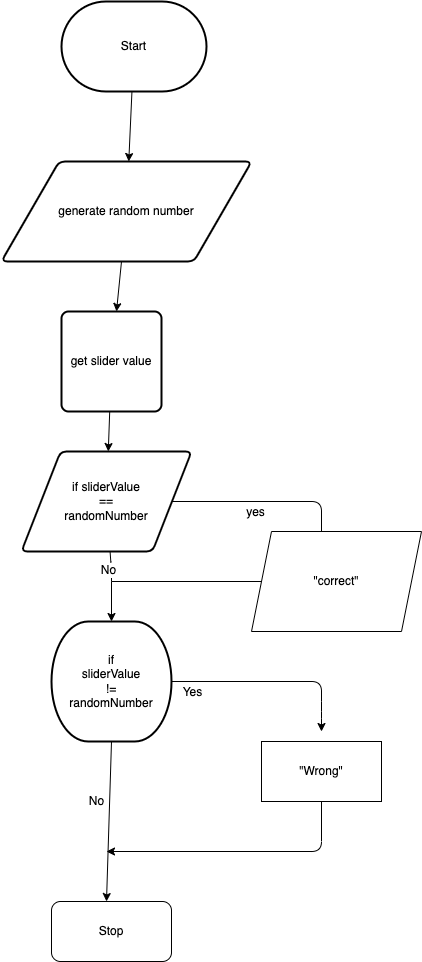
Before: design/flow-chart.png, a diagram exported from draw.io (Allen-Li-hub/ICS2O-Unit-5-02-HTML). Source tidied: cells renumbered, new cells last; positions are measured from the earlier drawing's top-left corner, leaving out a move shared by most shapes. The source it was exported from:
```xml
<mxGraphModel>
  <root>
    <mxCell id="0" />
    <mxCell id="1" parent="0" />
    <mxCell id="2" style="edgeStyle=none;html=1;" parent="1" edge="1" source="3" target="5">
      <mxGeometry relative="1" as="geometry" />
    </mxCell>
    <mxCell id="3" value="Start" style="strokeWidth=2;html=1;shape=mxgraph.flowchart.terminator;whiteSpace=wrap;" parent="1" vertex="1">
      <mxGeometry x="60" width="145" height="90" as="geometry" />
    </mxCell>
    <mxCell id="4" style="edgeStyle=none;html=1;" parent="1" edge="1" source="5" target="7">
      <mxGeometry relative="1" as="geometry" />
    </mxCell>
    <mxCell id="5" value="generate random number" style="shape=parallelogram;html=1;strokeWidth=2;perimeter=parallelogramPerimeter;whiteSpace=wrap;rounded=1;arcSize=12;size=0.23;" parent="1" vertex="1">
      <mxGeometry y="160" width="250" height="100" as="geometry" />
    </mxCell>
    <mxCell id="6" style="edgeStyle=none;html=1;" parent="1" edge="1" source="7" target="12">
      <mxGeometry relative="1" as="geometry" />
    </mxCell>
    <mxCell id="7" value="get slider value" style="rounded=1;whiteSpace=wrap;html=1;absoluteArcSize=1;arcSize=14;strokeWidth=2;" parent="1" vertex="1">
      <mxGeometry x="60" y="310" width="100" height="100" as="geometry" />
    </mxCell>
    <mxCell id="8" style="edgeStyle=none;html=1;" parent="1" edge="1" source="12" target="17">
      <mxGeometry relative="1" as="geometry">
        <Array as="points">
          <mxPoint x="110" y="570" />
        </Array>
      </mxGeometry>
    </mxCell>
    <mxCell id="9" value="No" style="edgeLabel;html=1;align=center;verticalAlign=middle;" parent="8" vertex="1">
      <mxGeometry x="-0.49" y="-3" relative="1" as="geometry" />
    </mxCell>
    <mxCell id="10" style="edgeStyle=none;html=1;" parent="1" edge="1" source="12">
      <mxGeometry relative="1" as="geometry">
        <mxPoint x="320" y="550" as="targetPoint" />
        <Array as="points">
          <mxPoint x="320" y="500" />
        </Array>
      </mxGeometry>
    </mxCell>
    <mxCell id="11" value="yes" style="edgeLabel;html=1;align=center;verticalAlign=middle;" parent="10" vertex="1">
      <mxGeometry x="0.46" relative="1" as="geometry">
        <mxPoint x="-63" y="10" as="offset" />
      </mxGeometry>
    </mxCell>
    <mxCell id="12" value="if sliderValue&lt;br&gt;==&lt;br&gt;randomNumber" style="shape=parallelogram;html=1;strokeWidth=2;perimeter=parallelogramPerimeter;whiteSpace=wrap;rounded=1;arcSize=12;size=0.23;" parent="1" vertex="1">
      <mxGeometry x="20" y="450" width="170" height="100" as="geometry" />
    </mxCell>
    <mxCell id="13" style="edgeStyle=none;html=1;exitX=1;exitY=0.5;exitDx=0;exitDy=0;exitPerimeter=0;" parent="1" edge="1" source="17">
      <mxGeometry relative="1" as="geometry">
        <mxPoint x="320" y="730" as="targetPoint" />
        <Array as="points">
          <mxPoint x="320" y="680" />
          <mxPoint x="320" y="710" />
        </Array>
      </mxGeometry>
    </mxCell>
    <mxCell id="14" value="Yes" style="edgeLabel;html=1;align=center;verticalAlign=middle;" parent="13" vertex="1">
      <mxGeometry x="-0.43" y="-1" relative="1" as="geometry">
        <mxPoint x="-37" y="9" as="offset" />
      </mxGeometry>
    </mxCell>
    <mxCell id="15" style="edgeStyle=none;html=1;exitX=0.5;exitY=1;exitDx=0;exitDy=0;exitPerimeter=0;" parent="1" edge="1" source="17">
      <mxGeometry relative="1" as="geometry">
        <mxPoint x="105" y="900" as="targetPoint" />
      </mxGeometry>
    </mxCell>
    <mxCell id="16" value="No" style="edgeLabel;html=1;align=center;verticalAlign=middle;" parent="15" vertex="1">
      <mxGeometry x="-0.43" relative="1" as="geometry">
        <mxPoint x="-14" y="14" as="offset" />
      </mxGeometry>
    </mxCell>
    <mxCell id="17" value="if&lt;br&gt;sliderValue&lt;br&gt;!=&lt;br&gt;randomNumber" style="strokeWidth=2;html=1;shape=mxgraph.flowchart.terminator;whiteSpace=wrap;" parent="1" vertex="1">
      <mxGeometry x="50" y="620" width="120" height="120" as="geometry" />
    </mxCell>
    <mxCell id="18" value="&quot;correct&quot;" style="shape=parallelogram;perimeter=parallelogramPerimeter;whiteSpace=wrap;html=1;fixedSize=1;" parent="1" vertex="1">
      <mxGeometry x="250" y="530" width="170" height="100" as="geometry" />
    </mxCell>
    <mxCell id="19" style="endArrow=none;html=1;entryX=0;entryY=0.5;entryDx=0;entryDy=0;" parent="1" edge="1" target="18">
      <mxGeometry relative="1" as="geometry">
        <mxPoint x="110" y="580" as="sourcePoint" />
      </mxGeometry>
    </mxCell>
    <mxCell id="20" style="edgeStyle=none;html=1;exitX=0.5;exitY=1;exitDx=0;exitDy=0;" parent="1" edge="1" source="21">
      <mxGeometry relative="1" as="geometry">
        <mxPoint x="105" y="850" as="targetPoint" />
        <Array as="points">
          <mxPoint x="320" y="850" />
        </Array>
      </mxGeometry>
    </mxCell>
    <mxCell id="21" value="&quot;Wrong&quot;" style="rounded=0;whiteSpace=wrap;html=1;" parent="1" vertex="1">
      <mxGeometry x="260" y="740" width="120" height="60" as="geometry" />
    </mxCell>
    <mxCell id="22" value="Stop" style="rounded=1;whiteSpace=wrap;html=1;" parent="1" vertex="1">
      <mxGeometry x="50" y="900" width="120" height="60" as="geometry" />
    </mxCell>
  </root>
</mxGraphModel>
```
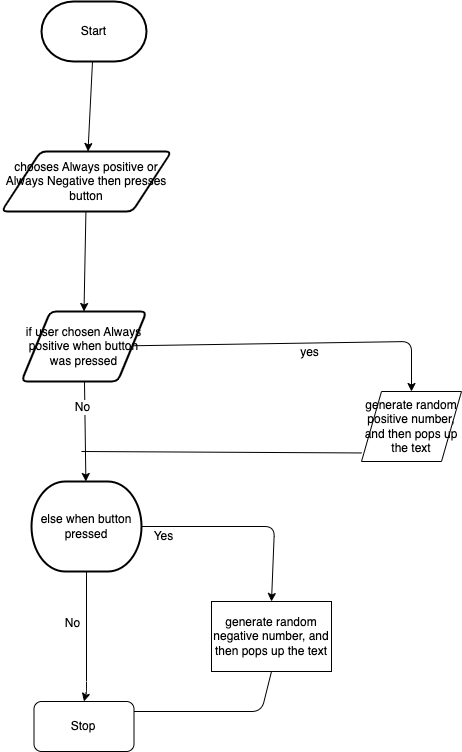
The same file after the commit.

The edit, as a diff of the source:
```diff
@@ -6,35 +6,24 @@
       <mxGeometry relative="1" as="geometry" />
     </mxCell>
     <mxCell id="3" value="Start" style="strokeWidth=2;html=1;shape=mxgraph.flowchart.terminator;whiteSpace=wrap;" parent="1" vertex="1">
-      <mxGeometry x="60" width="145" height="90" as="geometry" />
+      <mxGeometry x="15" width="105" height="60" as="geometry" />
     </mxCell>
-    <mxCell id="4" style="edgeStyle=none;html=1;" parent="1" edge="1" source="5" target="7">
+    <mxCell id="4" style="edgeStyle=none;html=1;entryX=0.5;entryY=0;entryDx=0;entryDy=0;" parent="1" edge="1" source="5" target="12">
       <mxGeometry relative="1" as="geometry" />
     </mxCell>
-    <mxCell id="5" value="generate random number" style="shape=parallelogram;html=1;strokeWidth=2;perimeter=parallelogramPerimeter;whiteSpace=wrap;rounded=1;arcSize=12;size=0.23;" parent="1" vertex="1">
-      <mxGeometry y="160" width="250" height="100" as="geometry" />
+    <mxCell id="5" value="chooses Always positive or Always Negative then presses button" style="shape=parallelogram;html=1;strokeWidth=2;perimeter=parallelogramPerimeter;whiteSpace=wrap;rounded=1;arcSize=12;size=0.23;" parent="1" vertex="1">
+      <mxGeometry x="-25" y="150" width="170" height="60" as="geometry" />
     </mxCell>
-    <mxCell id="6" style="edgeStyle=none;html=1;" parent="1" edge="1" source="7" target="12">
-      <mxGeometry relative="1" as="geometry" />
-    </mxCell>
-    <mxCell id="7" value="get slider value" style="rounded=1;whiteSpace=wrap;html=1;absoluteArcSize=1;arcSize=14;strokeWidth=2;" parent="1" vertex="1">
-      <mxGeometry x="60" y="310" width="100" height="100" as="geometry" />
-    </mxCell>
     <mxCell id="8" style="edgeStyle=none;html=1;" parent="1" edge="1" source="12" target="17">
-      <mxGeometry relative="1" as="geometry">
-        <Array as="points">
-          <mxPoint x="110" y="570" />
-        </Array>
-      </mxGeometry>
+      <mxGeometry relative="1" as="geometry" />
     </mxCell>
     <mxCell id="9" value="No" style="edgeLabel;html=1;align=center;verticalAlign=middle;" parent="8" vertex="1">
       <mxGeometry x="-0.49" y="-3" relative="1" as="geometry" />
     </mxCell>
-    <mxCell id="10" style="edgeStyle=none;html=1;" parent="1" edge="1" source="12">
+    <mxCell id="10" style="edgeStyle=none;html=1;entryX=0.5;entryY=0;entryDx=0;entryDy=0;" parent="1" edge="1" source="12" target="18">
       <mxGeometry relative="1" as="geometry">
-        <mxPoint x="320" y="550" as="targetPoint" />
         <Array as="points">
-          <mxPoint x="320" y="500" />
+          <mxPoint x="385" y="340" />
         </Array>
       </mxGeometry>
     </mxCell>
@@ -43,15 +32,13 @@
         <mxPoint x="-63" y="10" as="offset" />
       </mxGeometry>
     </mxCell>
-    <mxCell id="12" value="if sliderValue&lt;br&gt;==&lt;br&gt;randomNumber" style="shape=parallelogram;html=1;strokeWidth=2;perimeter=parallelogramPerimeter;whiteSpace=wrap;rounded=1;arcSize=12;size=0.23;" parent="1" vertex="1">
-      <mxGeometry x="20" y="450" width="170" height="100" as="geometry" />
+    <mxCell id="12" value="if user chosen Always positive when button was pressed" style="shape=parallelogram;html=1;strokeWidth=2;perimeter=parallelogramPerimeter;whiteSpace=wrap;rounded=1;arcSize=12;size=0.23;" parent="1" vertex="1">
+      <mxGeometry x="-5" y="310" width="125" height="70" as="geometry" />
     </mxCell>
-    <mxCell id="13" style="edgeStyle=none;html=1;exitX=1;exitY=0.5;exitDx=0;exitDy=0;exitPerimeter=0;" parent="1" edge="1" source="17">
+    <mxCell id="13" style="edgeStyle=none;html=1;exitX=1;exitY=0.5;exitDx=0;exitDy=0;exitPerimeter=0;entryX=0.5;entryY=0;entryDx=0;entryDy=0;" parent="1" edge="1" source="17" target="21">
       <mxGeometry relative="1" as="geometry">
-        <mxPoint x="320" y="730" as="targetPoint" />
         <Array as="points">
-          <mxPoint x="320" y="680" />
-          <mxPoint x="320" y="710" />
+          <mxPoint x="248" y="525" />
         </Array>
       </mxGeometry>
     </mxCell>
@@ -60,9 +47,11 @@
         <mxPoint x="-37" y="9" as="offset" />
       </mxGeometry>
     </mxCell>
-    <mxCell id="15" style="edgeStyle=none;html=1;exitX=0.5;exitY=1;exitDx=0;exitDy=0;exitPerimeter=0;" parent="1" edge="1" source="17">
+    <mxCell id="15" style="edgeStyle=none;html=1;exitX=0.5;exitY=1;exitDx=0;exitDy=0;exitPerimeter=0;entryX=0.5;entryY=0;entryDx=0;entryDy=0;" parent="1" edge="1" source="17" target="22">
       <mxGeometry relative="1" as="geometry">
-        <mxPoint x="105" y="900" as="targetPoint" />
+        <Array as="points">
+          <mxPoint x="60" y="690" />
+        </Array>
       </mxGeometry>
     </mxCell>
     <mxCell id="16" value="No" style="edgeLabel;html=1;align=center;verticalAlign=middle;" parent="15" vertex="1">
@@ -70,30 +59,30 @@
         <mxPoint x="-14" y="14" as="offset" />
       </mxGeometry>
     </mxCell>
-    <mxCell id="17" value="if&lt;br&gt;sliderValue&lt;br&gt;!=&lt;br&gt;randomNumber" style="strokeWidth=2;html=1;shape=mxgraph.flowchart.terminator;whiteSpace=wrap;" parent="1" vertex="1">
-      <mxGeometry x="50" y="620" width="120" height="120" as="geometry" />
+    <mxCell id="17" value="else when button pressed" style="strokeWidth=2;html=1;shape=mxgraph.flowchart.terminator;whiteSpace=wrap;" parent="1" vertex="1">
+      <mxGeometry x="5" y="480" width="110" height="90" as="geometry" />
     </mxCell>
-    <mxCell id="18" value="&quot;correct&quot;" style="shape=parallelogram;perimeter=parallelogramPerimeter;whiteSpace=wrap;html=1;fixedSize=1;" parent="1" vertex="1">
-      <mxGeometry x="250" y="530" width="170" height="100" as="geometry" />
+    <mxCell id="18" value="generate random positive number, and then pops up the text" style="shape=parallelogram;perimeter=parallelogramPerimeter;whiteSpace=wrap;html=1;fixedSize=1;" parent="1" vertex="1">
+      <mxGeometry x="335" y="390" width="100" height="70" as="geometry" />
     </mxCell>
-    <mxCell id="19" style="endArrow=none;html=1;entryX=0;entryY=0.5;entryDx=0;entryDy=0;" parent="1" edge="1" target="18">
+    <mxCell id="19" style="endArrow=none;html=1;entryX=0.002;entryY=0.878;entryDx=0;entryDy=0;entryPerimeter=0;" parent="1" edge="1" target="18">
       <mxGeometry relative="1" as="geometry">
-        <mxPoint x="110" y="580" as="sourcePoint" />
+        <mxPoint x="55" y="450" as="sourcePoint" />
       </mxGeometry>
     </mxCell>
     <mxCell id="20" style="edgeStyle=none;html=1;exitX=0.5;exitY=1;exitDx=0;exitDy=0;" parent="1" edge="1" source="21">
       <mxGeometry relative="1" as="geometry">
-        <mxPoint x="105" y="850" as="targetPoint" />
+        <mxPoint x="80" y="710" as="targetPoint" />
         <Array as="points">
-          <mxPoint x="320" y="850" />
+          <mxPoint x="235" y="710" />
         </Array>
       </mxGeometry>
     </mxCell>
-    <mxCell id="21" value="&quot;Wrong&quot;" style="rounded=0;whiteSpace=wrap;html=1;" parent="1" vertex="1">
-      <mxGeometry x="260" y="740" width="120" height="60" as="geometry" />
+    <mxCell id="21" value="generate random negative number, and then pops up the text" style="rounded=0;whiteSpace=wrap;html=1;" parent="1" vertex="1">
+      <mxGeometry x="185" y="600" width="120" height="70" as="geometry" />
     </mxCell>
     <mxCell id="22" value="Stop" style="rounded=1;whiteSpace=wrap;html=1;" parent="1" vertex="1">
-      <mxGeometry x="50" y="900" width="120" height="60" as="geometry" />
+      <mxGeometry x="7.5" y="700" width="100" height="50" as="geometry" />
     </mxCell>
   </root>
 </mxGraphModel>
```
